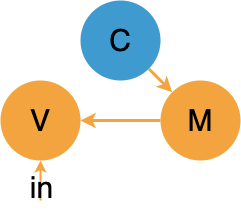
max-talanov/1 keeps this draw.io diagram as Neurotechnologies_and_TRIZ/MVC.png. Above is the earlier version. Source tidied: cells renumbered, new cells last; positions are measured from the earlier drawing's top-left corner, leaving out a move shared by most shapes.
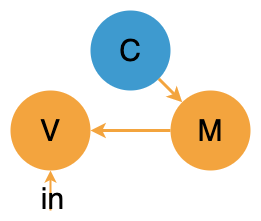
After the commit.

Change to the diagram source:
```diff
@@ -1,7 +1,11 @@
 <mxGraphModel>
   <root>
     <mxCell id="0" />
+    <mxCell id="9" value="2" parent="0" />
+    <mxCell id="10" style="rounded=0;whiteSpace=wrap;html=1;strokeColor=none;" parent="9" vertex="1">
+      <mxGeometry x="-10" y="-10" width="260" height="220" as="geometry" />
+    </mxCell>
-    <mxCell id="1" parent="0" />
+    <mxCell id="1" value="1" parent="0" />
     <mxCell id="2" style="edgeStyle=orthogonalEdgeStyle;rounded=0;jettySize=auto;html=1;fontSize=30;strokeColor=#F3A43E;strokeWidth=3;startArrow=none;startFill=0;entryX=1;entryY=0.5;entryDx=0;entryDy=0;" parent="1" edge="1" source="4" target="3">
       <mxGeometry relative="1" as="geometry" />
     </mxCell>
```
